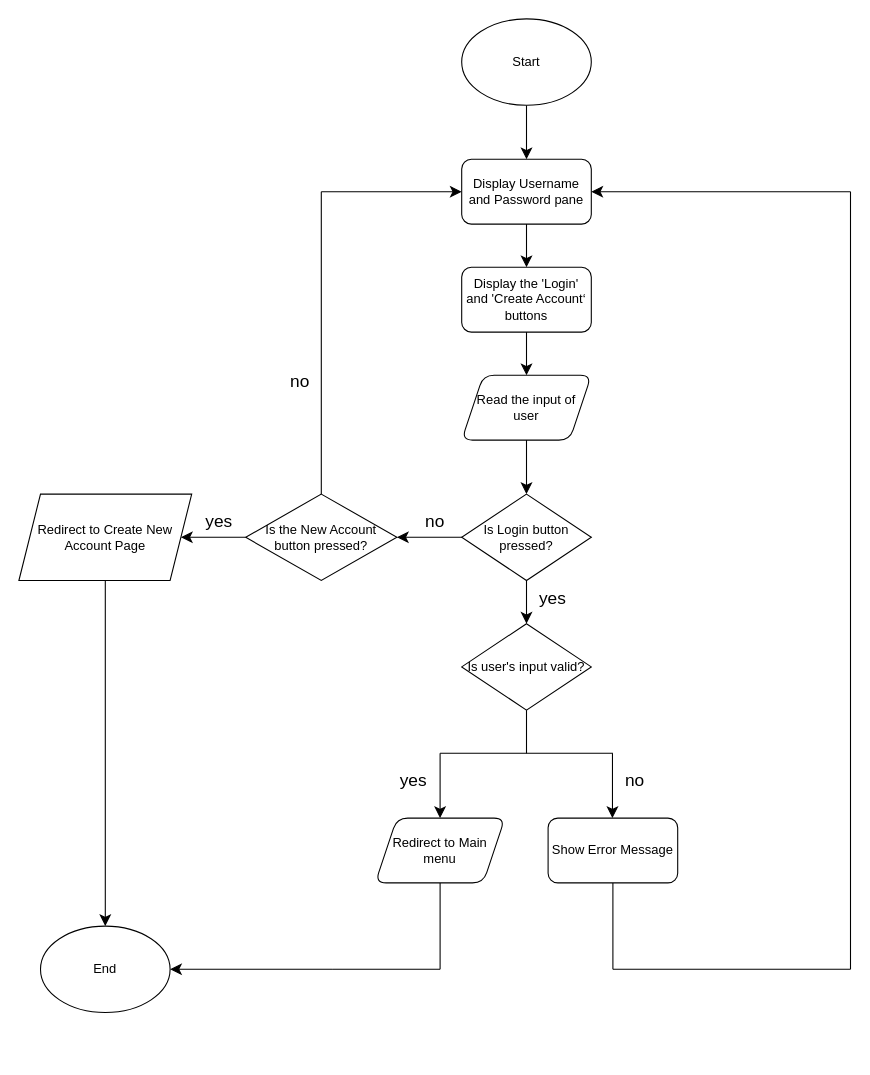
Earlier version of the draw.io diagram page "Page-1" (1 of 2) of Untitled Diagram.drawio (DerYung/test). Source tidied: cells renumbered, new cells numbered last; positions are measured from the earlier drawing's top-left corner, leaving out a move shared by most shapes. Both pictures are drawn from the tidied source at 108%, with x=0, y=0 at pixel (18, 18).
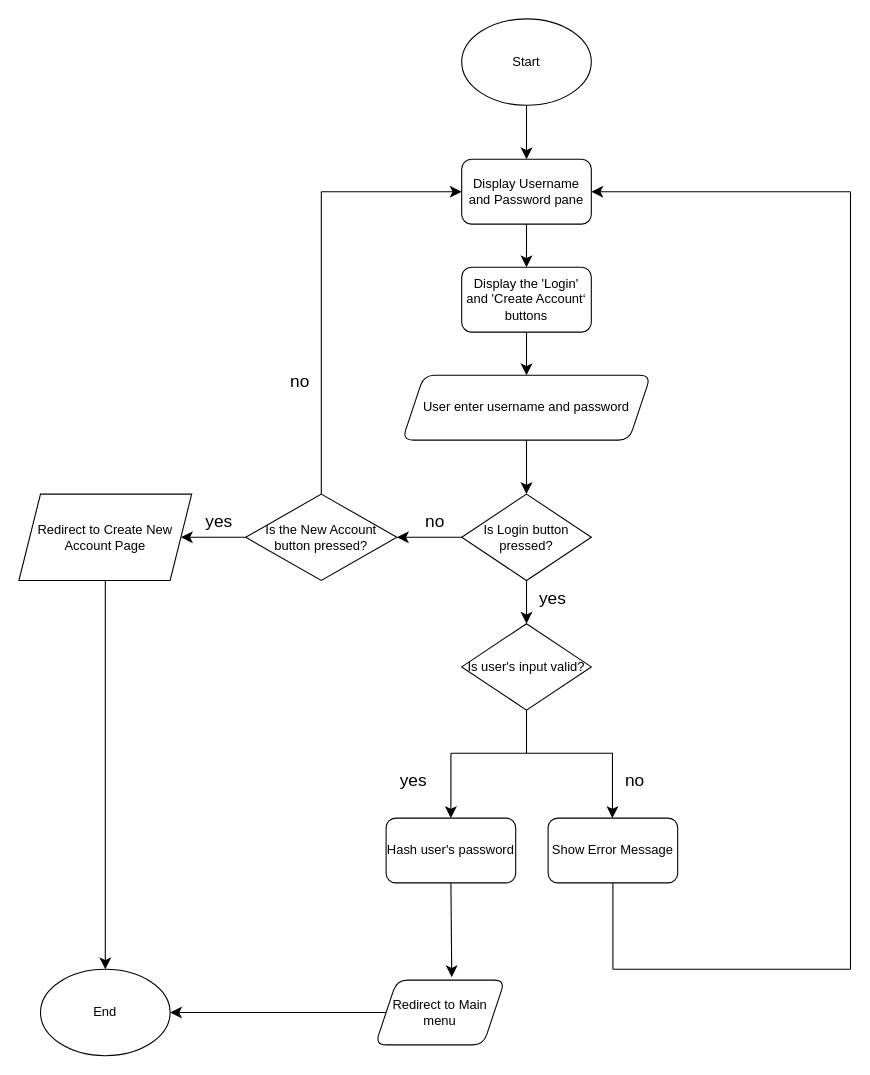
Above is the later version.

Commit message:
fop assignment

What changed in the source:
```diff
@@
-    <mxCell id="13" value="Read the input of user" style="rounded=1;whiteSpace=wrap;html=1;shape=parallelogram;perimeter=parallelogramPerimeter;fixedSize=1;" parent="1" vertex="1">
-      <mxGeometry x="410" y="330" width="120" height="60" as="geometry" />
+    <mxCell id="13" value="User enter username and password" style="rounded=1;whiteSpace=wrap;html=1;shape=parallelogram;perimeter=parallelogramPerimeter;fixedSize=1;" parent="1" vertex="1">
+      <mxGeometry x="355" y="330" width="230" height="60" as="geometry" />
     </mxCell>
@@
+    <mxCell id="41" style="edgeStyle=none;curved=1;rounded=0;jettySize=auto;html=1;entryX=1;entryY=0.5;entryDx=0;entryDy=0;fontSize=12;startSize=8;endSize=8;" parent="1" edge="1" source="15" target="35">
+      <mxGeometry relative="1" as="geometry" />
+    </mxCell>
     <mxCell id="15" value="Redirect to Main menu" style="rounded=1;whiteSpace=wrap;html=1;shape=parallelogram;perimeter=parallelogramPerimeter;fixedSize=1;" parent="1" vertex="1">
-      <mxGeometry x="330" y="740" width="120" height="60" as="geometry" />
+      <mxGeometry x="330" y="890" width="120" height="60" as="geometry" />
     </mxCell>
@@
-    <mxCell id="18" style="endArrow=classic;html=1;rounded=0;fontSize=12;startSize=8;endSize=8;curved=1;entryX=0.5;entryY=0;entryDx=0;entryDy=0;" parent="1" edge="1" target="15">
+    <mxCell id="18" style="endArrow=classic;html=1;rounded=0;fontSize=12;startSize=8;endSize=8;curved=1;entryX=0.5;entryY=0;entryDx=0;entryDy=0;" parent="1" edge="1" target="42">
       <mxGeometry relative="1" as="geometry">
-        <mxPoint x="390" y="680" as="sourcePoint" />
+        <mxPoint x="400" y="680" as="sourcePoint" />
       </mxGeometry>
     </mxCell>
@@
     <mxCell id="20" style="endArrow=none;html=1;rounded=0;fontSize=12;startSize=8;endSize=8;curved=1;" parent="1" edge="1">
       <mxGeometry relative="1" as="geometry">
-        <mxPoint x="390" y="680" as="sourcePoint" />
+        <mxPoint x="400" y="680" as="sourcePoint" />
         <mxPoint x="550" y="680" as="targetPoint" />
       </mxGeometry>
     </mxCell>
@@
-    <mxCell id="23" style="endArrow=none;html=1;rounded=0;fontSize=12;startSize=8;endSize=8;curved=1;" parent="1" edge="1">
-      <mxGeometry relative="1" as="geometry">
-        <mxPoint x="290" y="880" as="sourcePoint" />
-        <mxPoint x="390" y="880" as="targetPoint" />
-      </mxGeometry>
-    </mxCell>
-    <mxCell id="24" style="endArrow=none;html=1;rounded=0;fontSize=12;startSize=8;endSize=8;curved=1;" parent="1" edge="1">
-      <mxGeometry relative="1" as="geometry">
-        <mxPoint x="390" y="880" as="sourcePoint" />
-        <mxPoint x="390" y="800" as="targetPoint" />
-      </mxGeometry>
-    </mxCell>
@@
     <mxCell id="35" value="End" style="ellipse;whiteSpace=wrap;html=1;" parent="1" vertex="1">
-      <mxGeometry x="20" y="840" width="120" height="80" as="geometry" />
+      <mxGeometry x="20" y="880" width="120" height="80" as="geometry" />
     </mxCell>
-    <mxCell id="36" style="endArrow=classic;html=1;rounded=0;fontSize=12;startSize=8;endSize=8;curved=1;entryX=1;entryY=0.5;entryDx=0;entryDy=0;" parent="1" edge="1" target="35">
-      <mxGeometry relative="1" as="geometry">
-        <mxPoint x="290" y="880" as="sourcePoint" />
-      </mxGeometry>
-    </mxCell>
@@
+    <mxCell id="42" value="Hash user's password" style="rounded=1;whiteSpace=wrap;html=1;" parent="1" vertex="1">
+      <mxGeometry x="340" y="740" width="120" height="60" as="geometry" />
+    </mxCell>
+    <mxCell id="43" style="edgeStyle=none;curved=1;rounded=0;jettySize=auto;html=1;exitX=0.5;exitY=1;exitDx=0;exitDy=0;entryX=0.59;entryY=-0.045;entryDx=0;entryDy=0;entryPerimeter=0;fontSize=12;startSize=8;endSize=8;" parent="1" edge="1" source="42" target="15">
+      <mxGeometry relative="1" as="geometry" />
+    </mxCell>
```
